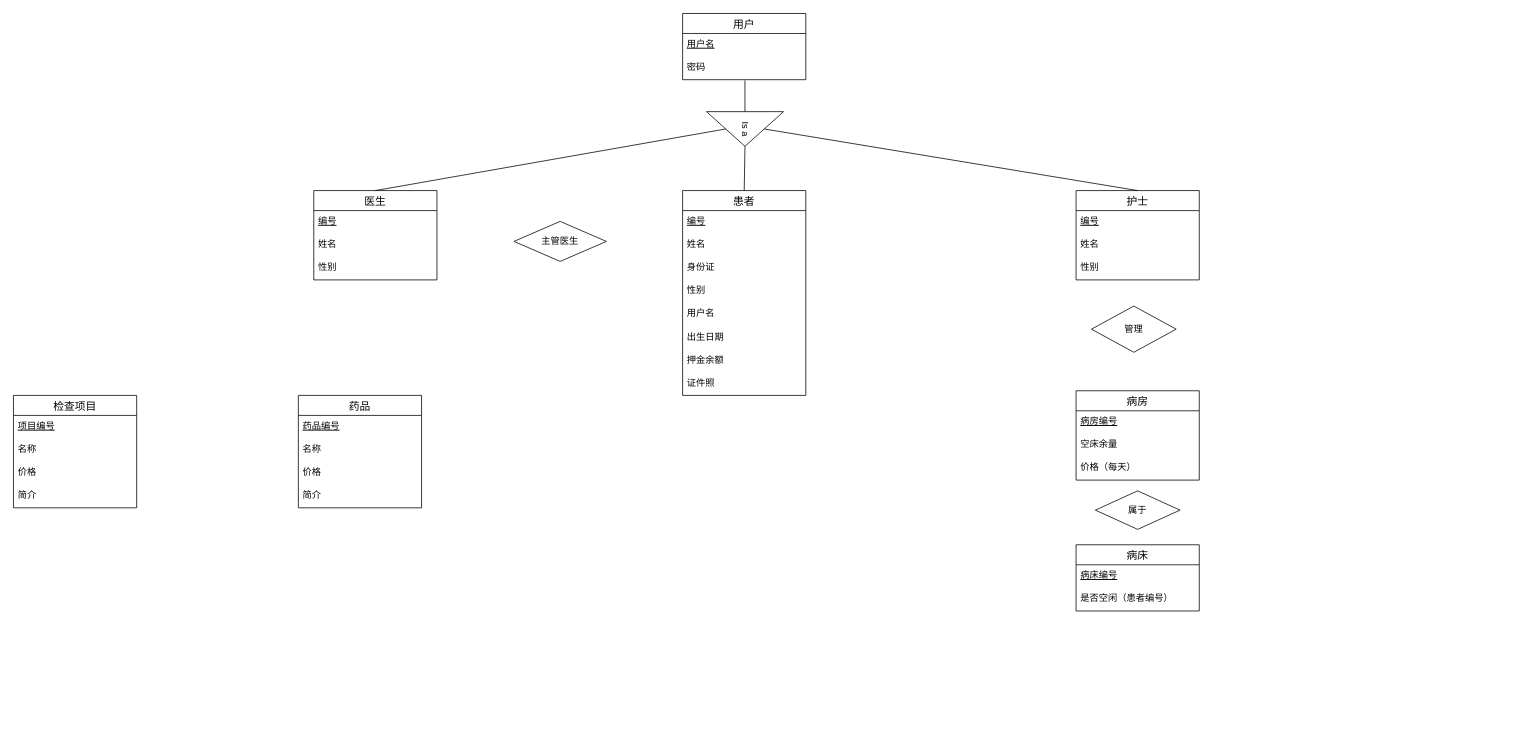
Earlier version of the draw.io diagram Untitled Diagram.drawio (Zhiwuyazhe1/hello-world). Source tidied: cells renumbered, new cells numbered last; positions are measured from the earlier drawing's top-left corner, leaving out a move shared by most shapes. Both pictures are drawn from the tidied source at 77%, with x=0, y=0 at pixel (13, 13).
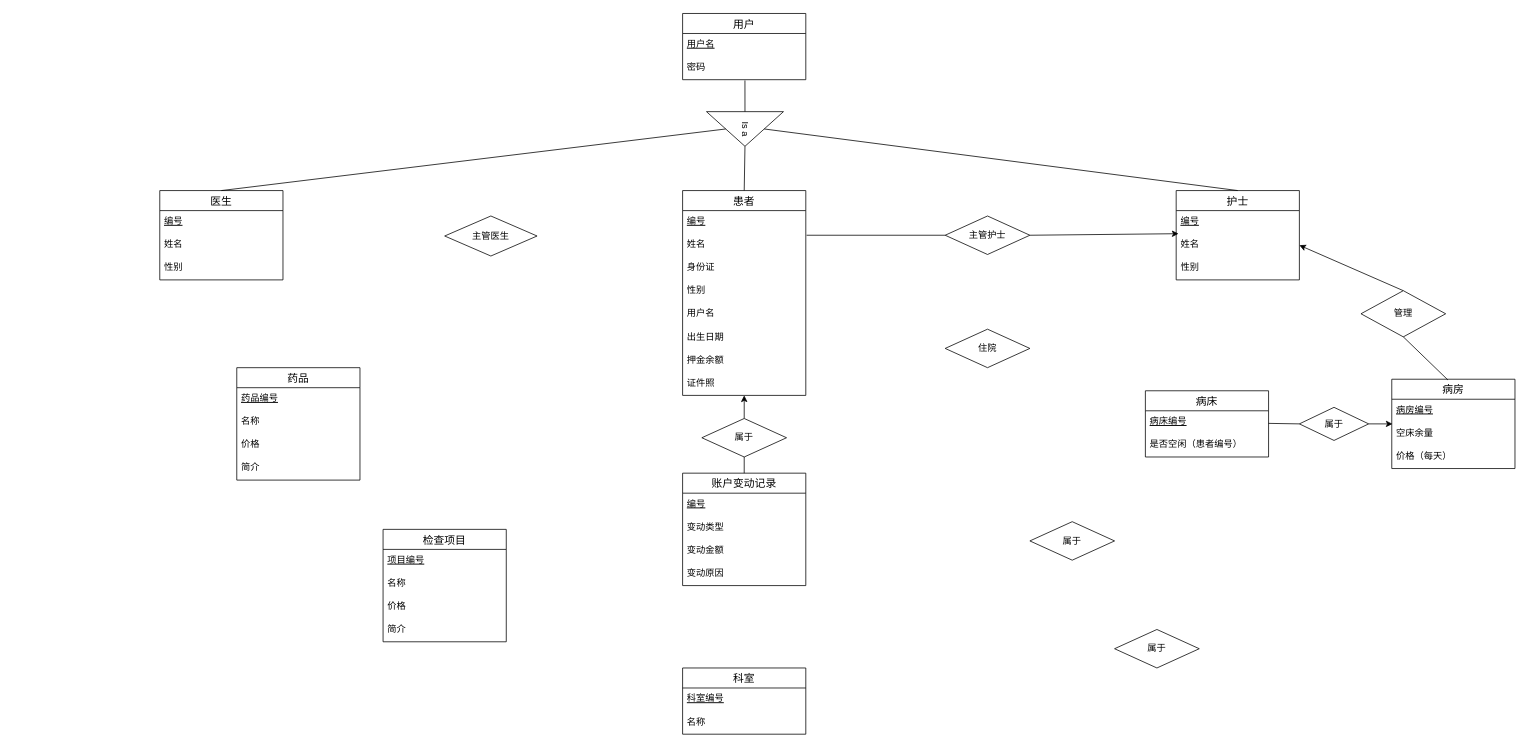
Above is the later version.

Unchanged cells that the change refers to:
```xml
<mxCell id="13" value="证件照" style="text;strokeColor=none;fillColor=none;spacingLeft=4;spacingRight=4;overflow=hidden;points=[[0,0.5],[1,0.5]];portConstraint=eastwest;fontSize=12;" parent="5" vertex="1">
  <mxGeometry y="236" width="160" height="30" as="geometry" />
</mxCell>
<mxCell id="16" value="姓名" style="text;strokeColor=none;fillColor=none;spacingLeft=4;spacingRight=4;overflow=hidden;points=[[0,0.5],[1,0.5]];portConstraint=eastwest;fontSize=12;" parent="14" vertex="1">
  <mxGeometry y="56" width="160" height="30" as="geometry" />
</mxCell>
<mxCell id="28" value="空床余量" style="text;strokeColor=none;fillColor=none;spacingLeft=4;spacingRight=4;overflow=hidden;points=[[0,0.5],[1,0.5]];portConstraint=eastwest;fontSize=12;" parent="26" vertex="1">
  <mxGeometry y="56" width="160" height="30" as="geometry" />
</mxCell>
<mxCell id="31" value="病床编号" style="text;strokeColor=none;fillColor=none;spacingLeft=4;spacingRight=4;overflow=hidden;points=[[0,0.5],[1,0.5]];portConstraint=eastwest;fontSize=12;fontStyle=4;" parent="30" vertex="1">
  <mxGeometry y="26" width="160" height="30" as="geometry" />
</mxCell>
```

The edit, as a diff of the source:
```diff
@@
     <mxCell id="14" value="护士" style="swimlane;fontStyle=0;horizontal=1;startSize=26;align=center;fontSize=14;" parent="1" vertex="1">
-      <mxGeometry x="1380" y="230" width="160" height="116" as="geometry" />
+      <mxGeometry x="1510" y="230" width="160" height="116" as="geometry" />
     </mxCell>
@@
     <mxCell id="18" value="医生" style="swimlane;fontStyle=0;horizontal=1;startSize=26;align=center;fontSize=14;" parent="1" vertex="1">
-      <mxGeometry x="390" y="230" width="160" height="116" as="geometry" />
+      <mxGeometry x="190" y="230" width="160" height="116" as="geometry" />
     </mxCell>
@@
     <mxCell id="25" value="主管医生" style="shape=rhombus;perimeter=rhombusPerimeter;whiteSpace=wrap;html=1;align=center;" parent="1" vertex="1">
-      <mxGeometry x="650" y="270" width="120" height="52" as="geometry" />
+      <mxGeometry x="560" y="263" width="120" height="52" as="geometry" />
     </mxCell>
     <mxCell id="26" value="病房" style="swimlane;fontStyle=0;horizontal=1;startSize=26;align=center;fontSize=14;" parent="1" vertex="1">
-      <mxGeometry x="1380" y="490" width="160" height="116" as="geometry" />
+      <mxGeometry x="1790" y="475" width="160" height="116" as="geometry" />
     </mxCell>
@@
     <mxCell id="30" value="病床" style="swimlane;fontStyle=0;horizontal=1;startSize=26;align=center;fontSize=14;" parent="1" vertex="1">
-      <mxGeometry x="1380" y="690" width="160" height="86" as="geometry" />
+      <mxGeometry x="1470" y="490" width="160" height="86" as="geometry" />
     </mxCell>
@@
     <mxCell id="33" value="药品" style="swimlane;fontStyle=0;horizontal=1;startSize=26;align=center;fontSize=14;" parent="1" vertex="1">
-      <mxGeometry x="370" y="496" width="160" height="146" as="geometry" />
+      <mxGeometry x="290" y="460" width="160" height="146" as="geometry" />
     </mxCell>
@@
     <mxCell id="38" value="检查项目" style="swimlane;fontStyle=0;horizontal=1;startSize=26;align=center;fontSize=14;" parent="1" vertex="1">
-      <mxGeometry y="496" width="160" height="146" as="geometry" />
+      <mxGeometry x="480" y="670" width="160" height="146" as="geometry" />
     </mxCell>
@@
+    <mxCell id="47" style="edgeStyle=none;rounded=0;jettySize=auto;html=1;exitX=0.5;exitY=0;exitDx=0;exitDy=0;entryX=1;entryY=0.5;entryDx=0;entryDy=0;" parent="1" edge="1" source="43" target="16">
+      <mxGeometry relative="1" as="geometry" />
+    </mxCell>
     <mxCell id="43" value="管理" style="shape=rhombus;perimeter=rhombusPerimeter;whiteSpace=wrap;html=1;align=center;" parent="1" vertex="1">
-      <mxGeometry x="1400" y="380" width="110" height="60" as="geometry" />
+      <mxGeometry x="1750" y="360" width="110" height="60" as="geometry" />
     </mxCell>
+    <mxCell id="48" style="edgeStyle=none;rounded=0;jettySize=auto;html=1;exitX=1;exitY=0.5;exitDx=0;exitDy=0;entryX=0.006;entryY=0.067;entryDx=0;entryDy=0;entryPerimeter=0;" parent="1" edge="1" source="44" target="28">
+      <mxGeometry relative="1" as="geometry" />
+    </mxCell>
     <mxCell id="44" value="属于" style="shape=rhombus;perimeter=rhombusPerimeter;whiteSpace=wrap;html=1;align=center;" parent="1" vertex="1">
-      <mxGeometry x="1405" y="620" width="110" height="50" as="geometry" />
+      <mxGeometry x="1670" y="511.5" width="90" height="43" as="geometry" />
     </mxCell>
@@
+    <mxCell id="49" value="科室" style="swimlane;fontStyle=0;horizontal=1;startSize=26;align=center;fontSize=14;" parent="1" vertex="1">
+      <mxGeometry x="869" y="850" width="160" height="86" as="geometry" />
+    </mxCell>
+    <mxCell id="50" value="科室编号" style="text;strokeColor=none;fillColor=none;spacingLeft=4;spacingRight=4;overflow=hidden;fontSize=12;fontStyle=4;" parent="49" vertex="1">
+      <mxGeometry y="26" width="160" height="30" as="geometry" />
+    </mxCell>
+    <mxCell id="51" value="名称" style="text;strokeColor=none;fillColor=none;spacingLeft=4;spacingRight=4;overflow=hidden;fontSize=12;" parent="49" vertex="1">
+      <mxGeometry y="56" width="160" height="30" as="geometry" />
+    </mxCell>
+    <mxCell id="52" value="账户变动记录" style="swimlane;fontStyle=0;horizontal=1;startSize=26;align=center;fontSize=14;" parent="1" vertex="1">
+      <mxGeometry x="869" y="597" width="160" height="146" as="geometry" />
+    </mxCell>
+    <mxCell id="53" value="编号" style="text;strokeColor=none;fillColor=none;spacingLeft=4;spacingRight=4;overflow=hidden;fontSize=12;fontStyle=4;" parent="52" vertex="1">
+      <mxGeometry y="26" width="160" height="30" as="geometry" />
+    </mxCell>
+    <mxCell id="54" value="变动类型" style="text;strokeColor=none;fillColor=none;spacingLeft=4;spacingRight=4;overflow=hidden;fontSize=12;" parent="52" vertex="1">
+      <mxGeometry y="56" width="160" height="30" as="geometry" />
+    </mxCell>
+    <mxCell id="55" value="变动金额" style="text;strokeColor=none;fillColor=none;spacingLeft=4;spacingRight=4;overflow=hidden;fontSize=12;" parent="52" vertex="1">
+      <mxGeometry y="86" width="160" height="30" as="geometry" />
+    </mxCell>
+    <mxCell id="56" value="变动原因" style="text;strokeColor=none;fillColor=none;spacingLeft=4;spacingRight=4;overflow=hidden;fontSize=12;" parent="52" vertex="1">
+      <mxGeometry y="116" width="160" height="30" as="geometry" />
+    </mxCell>
+    <mxCell id="57" value="属于" style="shape=rhombus;perimeter=rhombusPerimeter;whiteSpace=wrap;html=1;align=center;" parent="1" vertex="1">
+      <mxGeometry x="1430" y="800" width="110" height="50" as="geometry" />
+    </mxCell>
+    <mxCell id="58" value="属于" style="shape=rhombus;perimeter=rhombusPerimeter;whiteSpace=wrap;html=1;align=center;" parent="1" vertex="1">
+      <mxGeometry x="1320" y="660" width="110" height="50" as="geometry" />
+    </mxCell>
+    <mxCell id="59" style="edgeStyle=none;rounded=0;jettySize=auto;html=1;exitX=0.5;exitY=0;exitDx=0;exitDy=0;" parent="1" edge="1" source="60" target="13">
+      <mxGeometry relative="1" as="geometry" />
+    </mxCell>
+    <mxCell id="60" value="属于" style="shape=rhombus;perimeter=rhombusPerimeter;whiteSpace=wrap;html=1;align=center;" parent="1" vertex="1">
+      <mxGeometry x="894" y="526" width="110" height="50" as="geometry" />
+    </mxCell>
+    <mxCell id="61" style="edgeStyle=none;rounded=0;jettySize=auto;html=1;exitX=1;exitY=0.5;exitDx=0;exitDy=0;entryX=0.019;entryY=0;entryDx=0;entryDy=0;entryPerimeter=0;" parent="1" edge="1" source="62" target="16">
+      <mxGeometry relative="1" as="geometry" />
+    </mxCell>
+    <mxCell id="62" value="主管护士" style="shape=rhombus;perimeter=rhombusPerimeter;whiteSpace=wrap;html=1;align=center;" parent="1" vertex="1">
+      <mxGeometry x="1210" y="263" width="110" height="50" as="geometry" />
+    </mxCell>
+    <mxCell id="63" style="endArrow=none;html=1;entryX=0;entryY=0.5;entryDx=0;entryDy=0;" parent="1" edge="1" source="31" target="44">
+      <mxGeometry relative="1" as="geometry" />
+    </mxCell>
+    <mxCell id="64" style="endArrow=none;html=1;entryX=0.5;entryY=1;entryDx=0;entryDy=0;exitX=0.456;exitY=0.009;exitDx=0;exitDy=0;exitPerimeter=0;" parent="1" edge="1" source="26" target="43">
+      <mxGeometry relative="1" as="geometry" />
+    </mxCell>
+    <mxCell id="65" style="endArrow=none;html=1;entryX=0;entryY=0.5;entryDx=0;entryDy=0;" parent="1" edge="1" target="62">
+      <mxGeometry relative="1" as="geometry">
+        <mxPoint x="1030" y="288" as="sourcePoint" />
+      </mxGeometry>
+    </mxCell>
+    <mxCell id="66" style="endArrow=none;html=1;entryX=0.5;entryY=1;entryDx=0;entryDy=0;exitX=0.5;exitY=0;exitDx=0;exitDy=0;" parent="1" edge="1" source="52" target="60">
+      <mxGeometry relative="1" as="geometry" />
+    </mxCell>
+    <mxCell id="67" value="住院" style="shape=rhombus;perimeter=rhombusPerimeter;whiteSpace=wrap;html=1;align=center;" parent="1" vertex="1">
+      <mxGeometry x="1210" y="410" width="110" height="50" as="geometry" />
+    </mxCell>
```
